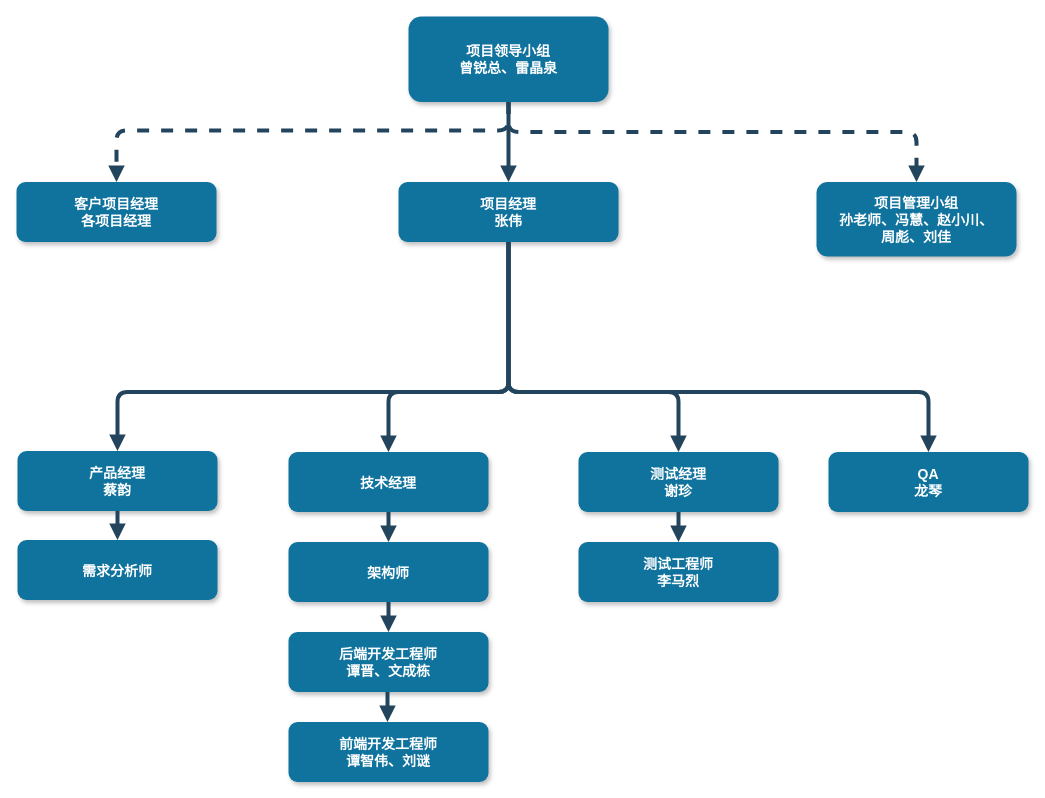
warmsheep/my-example keeps this draw.io diagram as page "项目组成员" (2 of 2) of 流程管理项目组织架构.drawio. Above is the earlier version. Source tidied: cells renumbered, new cells numbered last; positions are measured from the earlier drawing's top-left corner, leaving out a move shared by most shapes. Both pictures are drawn from the tidied source at 100%, with x=0, y=0 at pixel (16, 16).
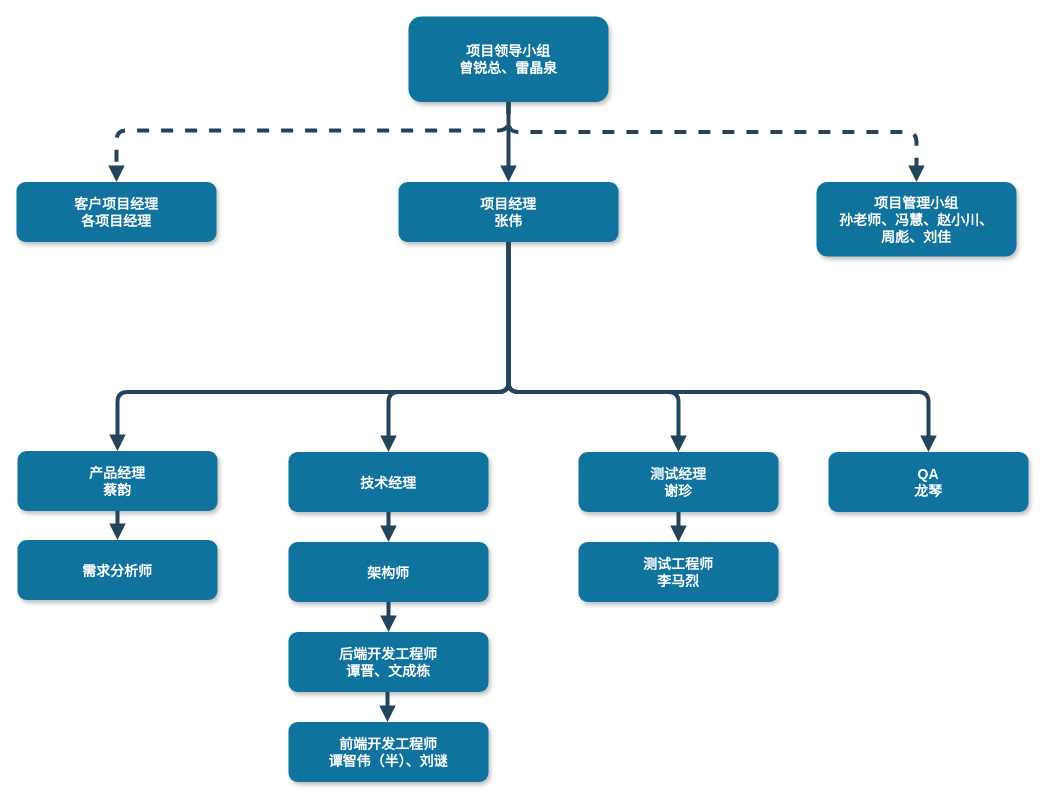
The same page after the edit.

Commit message:
更新流程管理项目组织架构.drawio

The edit, as a diff of the source:
```diff
@@
-    <mxCell id="23" value="前端开发工程师&#10;谭智伟、刘谜" style="rounded=1;fillColor=#10739E;strokeColor=none;shadow=1;gradientColor=none;fontStyle=1;fontColor=#FFFFFF;fontSize=14;" parent="1" vertex="1">
+    <mxCell id="23" value="前端开发工程师&#10;谭智伟（半）、刘谜" style="rounded=1;fillColor=#10739E;strokeColor=none;shadow=1;gradientColor=none;fontStyle=1;fontColor=#FFFFFF;fontSize=14;" parent="1" vertex="1">
       <mxGeometry x="272" y="705.5" width="200" height="60" as="geometry" />
     </mxCell>
```
